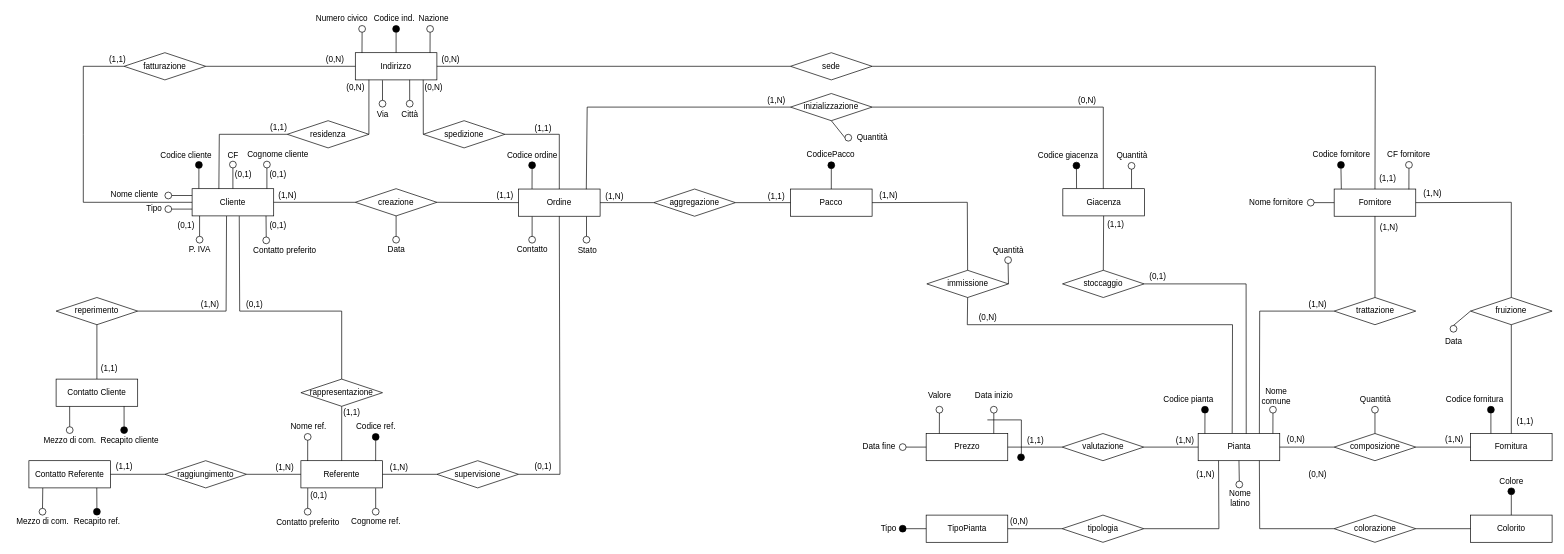
Before: ER-diagrams/ER-master-bis.drawio in nic-agos/Verde-S.R.L, a draw.io diagram. Source tidied: cells renumbered, new cells numbered last; positions are measured from the earlier drawing's top-left corner, leaving out a move shared by most shapes. Both pictures are drawn from the tidied source at 68%, with x=0, y=0 at pixel (12, 12).
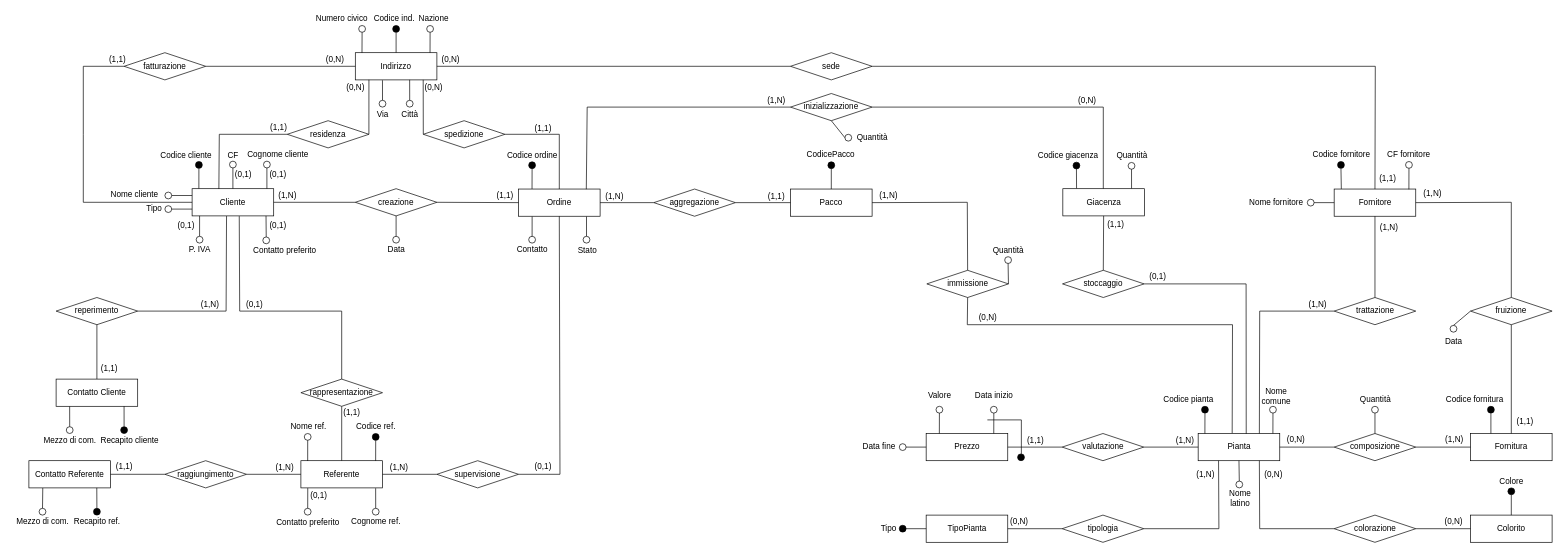
Above is the later version.

Diff of the diagram source:
```diff
@@
     <mxCell id="240" value="(0,N)" style="text;html=1;align=center;verticalAlign=middle;strokeColor=none;fillColor=none;" parent="1" vertex="1">
-      <mxGeometry x="1899.5" y="670" width="40" height="20" as="geometry" />
+      <mxGeometry x="1834.5" y="670" width="40" height="20" as="geometry" />
     </mxCell>
@@
+    <mxCell id="246" value="(0,N)" style="text;html=1;align=center;verticalAlign=middle;strokeColor=none;fillColor=none;" parent="1" vertex="1">
+      <mxGeometry x="2100" y="740" width="40" height="20" as="geometry" />
+    </mxCell>
```
